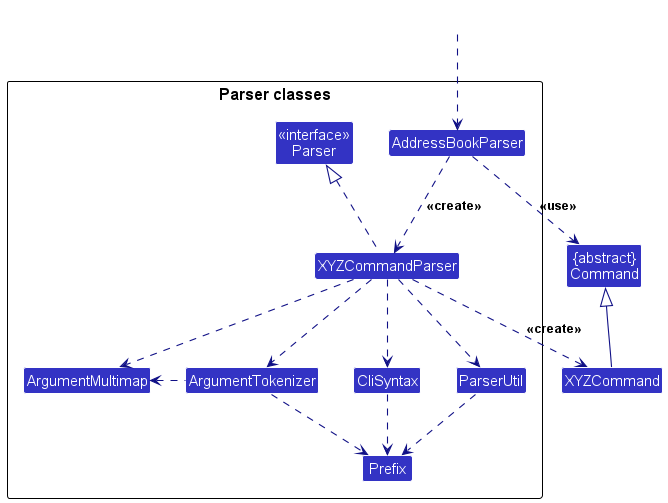
Earlier version of the PlantUML export docs/images/ParserClasses.png (nus-cs2103-AY2425S1/tp).
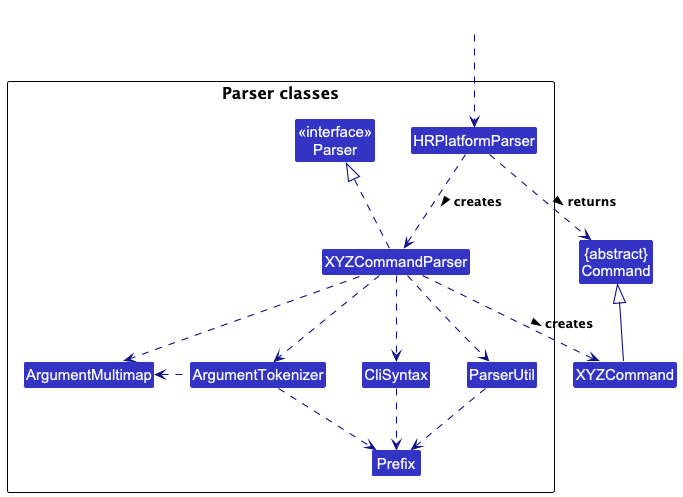
The same file after the commit.

Diff of the diagram source:
```diff
@@ -9,7 +9,7 @@
 
 package "Parser classes"{
 Class "<<interface>>\nParser" as Parser
-Class AddressBookParser
+Class HRPlatformParser
 Class XYZCommandParser
 Class CliSyntax
 Class ParserUtil
@@ -19,12 +19,12 @@
 }
 
 Class HiddenOutside #FFFFFF
-HiddenOutside ..> AddressBookParser
+HiddenOutside ..> HRPlatformParser
 
-AddressBookParser .down.> XYZCommandParser: <<create>>
+HRPlatformParser .down.> XYZCommandParser: creates >
 
-XYZCommandParser ..> XYZCommand : <<create>>
-AddressBookParser ..> Command : <<use>>
+XYZCommandParser ..> XYZCommand : creates >
+HRPlatformParser ..> Command : returns >
 XYZCommandParser .up.|> Parser
 XYZCommandParser ..> ArgumentMultimap
 XYZCommandParser ..> ArgumentTokenizer
```
